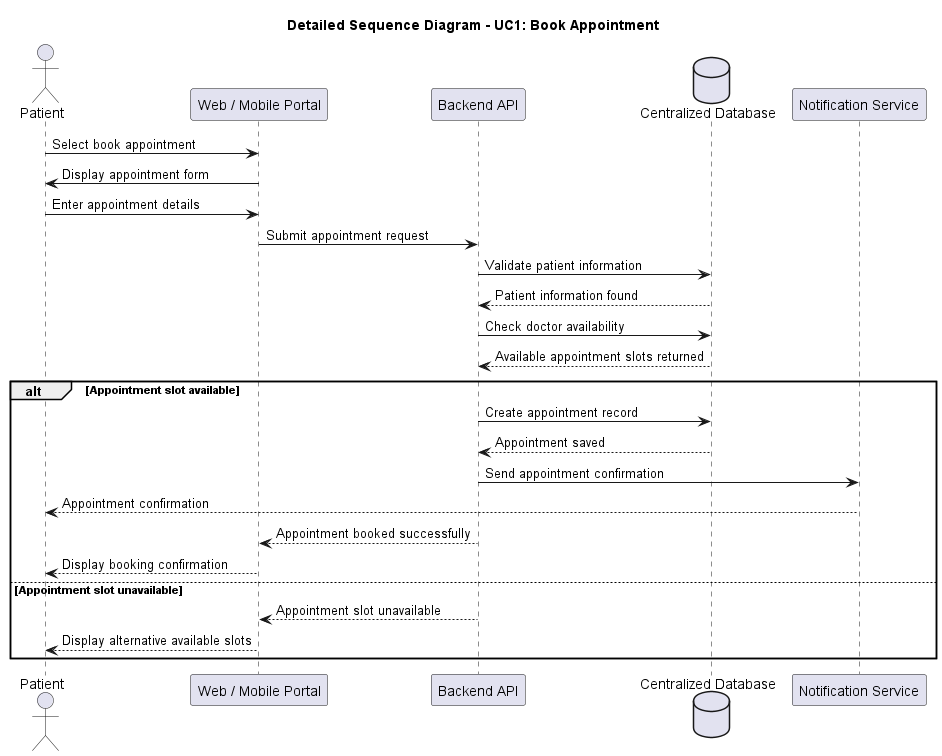
This is uml/sequence_book_appointment.png from hamztion/Software_Project_Group8, a PlantUML export, as it was before one commit.
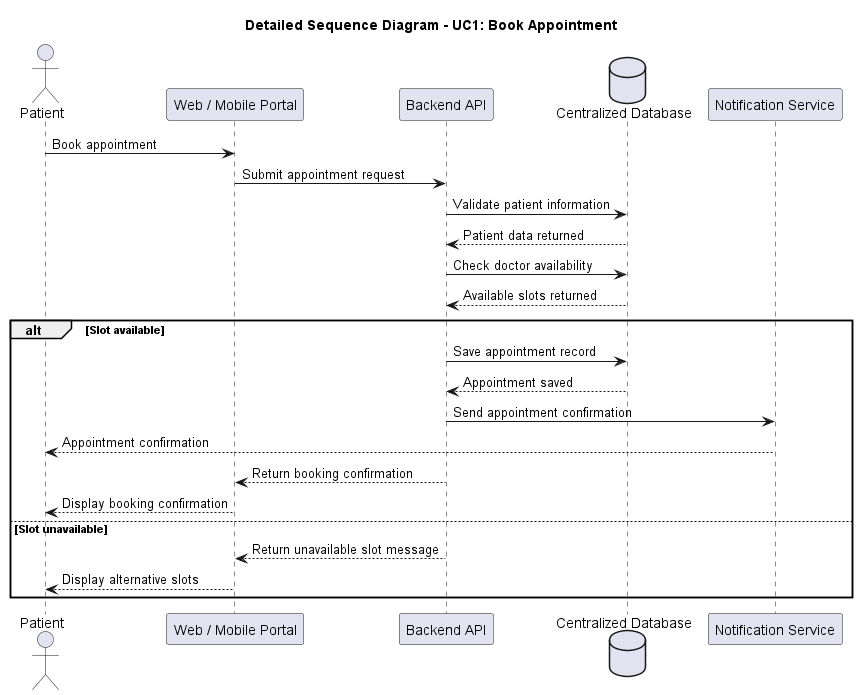
Later version of the same file.

Commit message:
Add detailed sequence diagrams for main hospital use cases

Diff of the diagram source:
```diff
@@ -2,37 +2,33 @@
 title Detailed Sequence Diagram - UC1: Book Appointment
 
 actor Patient as patient
-
 participant "Web / Mobile Portal" as portal
 participant "Backend API" as api
 database "Centralized Database" as db
 participant "Notification Service" as notif
 
-patient -> portal : Select book appointment
-portal -> patient : Display appointment form
-
-patient -> portal : Enter appointment details
+patient -> portal : Book appointment
 portal -> api : Submit appointment request
 
 api -> db : Validate patient information
-db --> api : Patient information found
+db --> api : Patient data returned
 
 api -> db : Check doctor availability
-db --> api : Available appointment slots returned
+db --> api : Available slots returned
 
-alt Appointment slot available
-    api -> db : Create appointment record
+alt Slot available
+    api -> db : Save appointment record
     db --> api : Appointment saved
 
     api -> notif : Send appointment confirmation
     notif --> patient : Appointment confirmation
 
-    api --> portal : Appointment booked successfully
+    api --> portal : Return booking confirmation
     portal --> patient : Display booking confirmation
 
-else Appointment slot unavailable
-    api --> portal : Appointment slot unavailable
-    portal --> patient : Display alternative available slots
+else Slot unavailable
+    api --> portal : Return unavailable slot message
+    portal --> patient : Display alternative slots
 end
 
 @enduml
```
